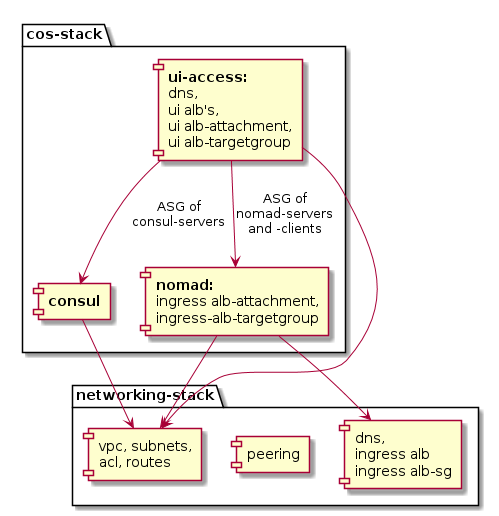
Above: _docs/module-dependencies.png in MatthiasScholz/cos (PlantUML), before the change.
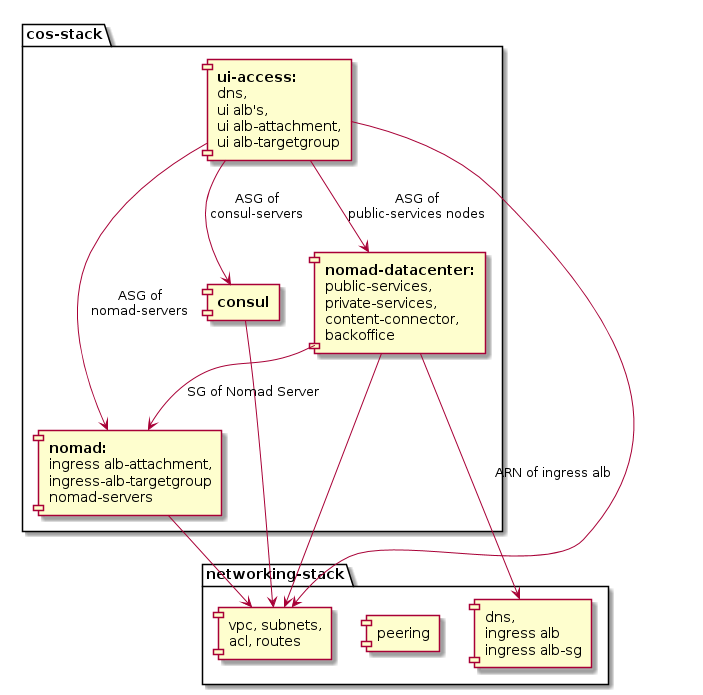
The same file after the commit.

Diff of the diagram source:
```diff
@@ -9,14 +9,18 @@
 package "cos-stack"{
   [**consul**] as CS
   [**ui-access:**\ndns,\nui alb's,\nui alb-attachment,\n ui alb-targetgroup] as UI
-  [**nomad:**\ningress alb-attachment,\n ingress-alb-targetgroup] as NM
+  [**nomad:**\ningress alb-attachment,\n ingress-alb-targetgroup\nnomad-servers] as NM
+  [**nomad-datacenter:**\npublic-services,\nprivate-services,\ncontent-connector,\nbackoffice] as DC
 }
 
 NM --> BNW
-NM --> INGR
 CS --> BNW
 UI --> BNW
-UI --> NM: ASG of\nnomad-servers\nand -clients
+UI --> NM: ASG of\nnomad-servers
+UI --> DC: ASG of\npublic-services nodes
 UI --> CS: ASG of\nconsul-servers
+DC --> NM: SG of Nomad Server
+DC --> BNW
+DC --> INGR: ARN of ingress alb
 
 @enduml
```
